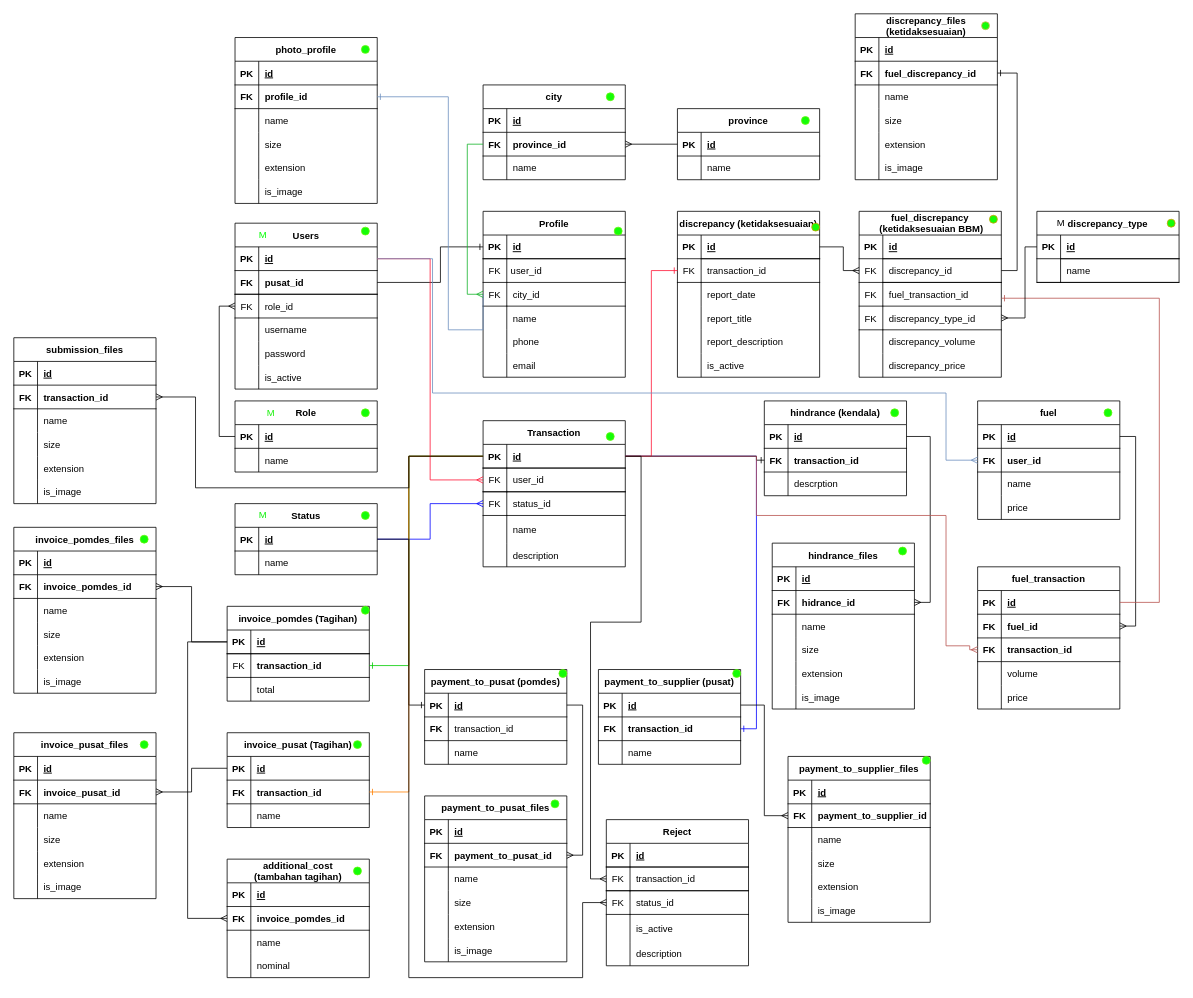
Earlier version of the draw.io diagram PomdesDB.drawio (Faris072/pomdes). Source tidied: cells renumbered, new cells numbered last; positions are measured from the earlier drawing's top-left corner, leaving out a move shared by most shapes. Both pictures are drawn from the tidied source at 79%, with x=0, y=0 at pixel (13, 13).
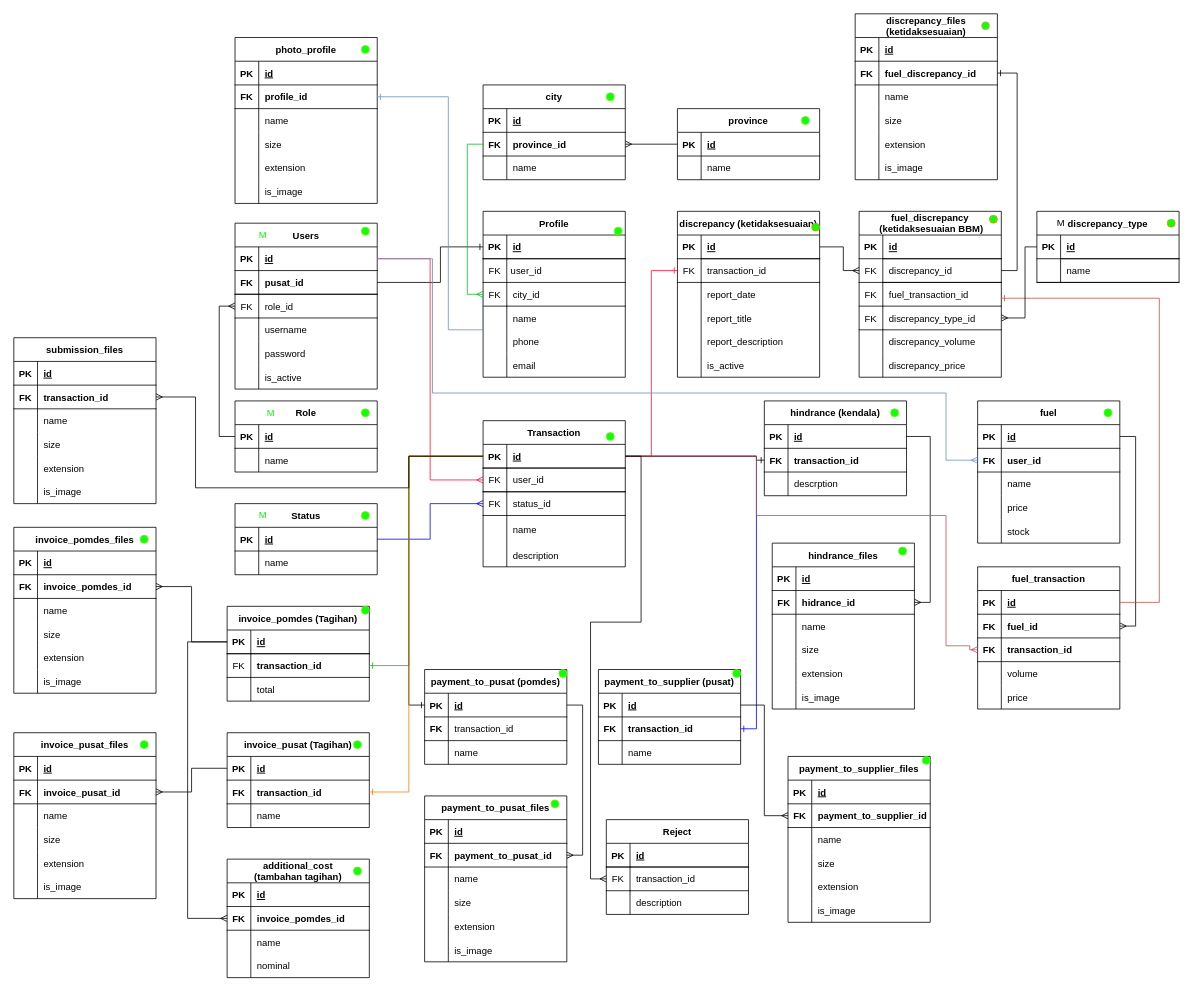
After the change.

The change refers to these unchanged cells:
```xml
<mxCell id="68" style="shape=tableRow;horizontal=0;startSize=0;swimlaneHead=0;swimlaneBody=0;fillColor=none;points=[[0,0.5],[1,0.5]];portConstraint=eastwest;top=0;left=0;right=0;bottom=1;" parent="67" vertex="1">
  <mxGeometry y="30" width="180" height="30" as="geometry" />
</mxCell>
```

The edit, as a diff of the source:
```diff
@@
     <mxCell id="326" value="fuel" style="shape=table;startSize=30;childLayout=tableLayout;rowLines=0;fontStyle=1;align=center;" parent="1" vertex="1">
-      <mxGeometry x="1220" y="490" width="180" height="150" as="geometry" />
+      <mxGeometry x="1220" y="490" width="180" height="180" as="geometry" />
     </mxCell>
@@
+    <mxCell id="449" style="shape=tableRow;horizontal=0;startSize=0;swimlaneHead=0;swimlaneBody=0;fillColor=none;top=0;left=0;right=0;bottom=0;" parent="326" vertex="1">
+      <mxGeometry y="150" width="180" height="30" as="geometry" />
+    </mxCell>
+    <mxCell id="450" style="shape=partialRectangle;fillColor=none;top=0;left=0;bottom=0;right=0;overflow=hidden;" parent="449" vertex="1">
+      <mxGeometry width="30" height="30" as="geometry" />
+    </mxCell>
+    <mxCell id="451" value="stock" style="shape=partialRectangle;fillColor=none;top=0;left=0;bottom=0;right=0;align=left;spacingLeft=6;overflow=hidden;" parent="449" vertex="1">
+      <mxGeometry x="30" width="150" height="30" as="geometry" />
+    </mxCell>
@@
     <mxCell id="416" value="Reject" style="shape=table;startSize=30;childLayout=tableLayout;rowLines=0;fontStyle=1;align=center;" parent="1" vertex="1">
-      <mxGeometry x="750" y="1020" width="180" height="185" as="geometry" />
+      <mxGeometry x="750" y="1020" width="180" height="120" as="geometry" />
     </mxCell>
@@
-    <mxCell id="423" style="shape=tableRow;horizontal=0;startSize=0;swimlaneHead=0;swimlaneBody=0;fillColor=none;points=[[0,0.5],[1,0.5]];portConstraint=eastwest;top=0;left=0;right=0;bottom=0;" parent="416" vertex="1">
-      <mxGeometry y="90" width="180" height="30" as="geometry" />
-    </mxCell>
-    <mxCell id="424" value="FK" style="shape=partialRectangle;fillColor=none;top=1;left=0;bottom=1;right=0;overflow=hidden;" parent="423" vertex="1">
-      <mxGeometry width="30" height="30" as="geometry" />
-    </mxCell>
-    <mxCell id="425" value="status_id" style="shape=partialRectangle;fillColor=none;top=1;left=0;bottom=1;right=0;align=left;spacingLeft=6;overflow=hidden;" parent="423" vertex="1">
-      <mxGeometry x="30" width="150" height="30" as="geometry" />
-    </mxCell>
-    <mxCell id="426" style="shape=tableRow;horizontal=0;startSize=0;swimlaneHead=0;swimlaneBody=0;fillColor=none;top=0;left=0;right=0;bottom=0;" parent="416" vertex="1">
-      <mxGeometry y="120" width="180" height="35" as="geometry" />
-    </mxCell>
-    <mxCell id="427" style="shape=partialRectangle;fillColor=none;top=0;left=0;bottom=0;right=0;overflow=hidden;" parent="426" vertex="1">
-      <mxGeometry width="30" height="35" as="geometry" />
-    </mxCell>
-    <mxCell id="428" value="is_active" style="shape=partialRectangle;fillColor=none;top=0;left=0;bottom=0;right=0;align=left;spacingLeft=6;overflow=hidden;" parent="426" vertex="1">
-      <mxGeometry x="30" width="150" height="35" as="geometry" />
-    </mxCell>
     <mxCell id="429" style="shape=tableRow;horizontal=0;startSize=0;swimlaneHead=0;swimlaneBody=0;fillColor=none;top=0;left=0;right=0;bottom=0;" parent="416" vertex="1">
-      <mxGeometry y="155" width="180" height="30" as="geometry" />
+      <mxGeometry y="90" width="180" height="30" as="geometry" />
     </mxCell>
@@
-    <mxCell id="433" style="edgeStyle=orthogonalEdgeStyle;rounded=0;jettySize=auto;html=1;entryX=0;entryY=0.5;entryDx=0;entryDy=0;endArrow=ERmany;endFill=0;" parent="1" edge="1" source="68" target="423">
-      <mxGeometry relative="1" as="geometry">
-        <Array as="points">
-          <mxPoint x="500" y="665" />
-          <mxPoint x="500" y="1220" />
-          <mxPoint x="720" y="1220" />
-          <mxPoint x="720" y="1125" />
-        </Array>
-      </mxGeometry>
-    </mxCell>
```
